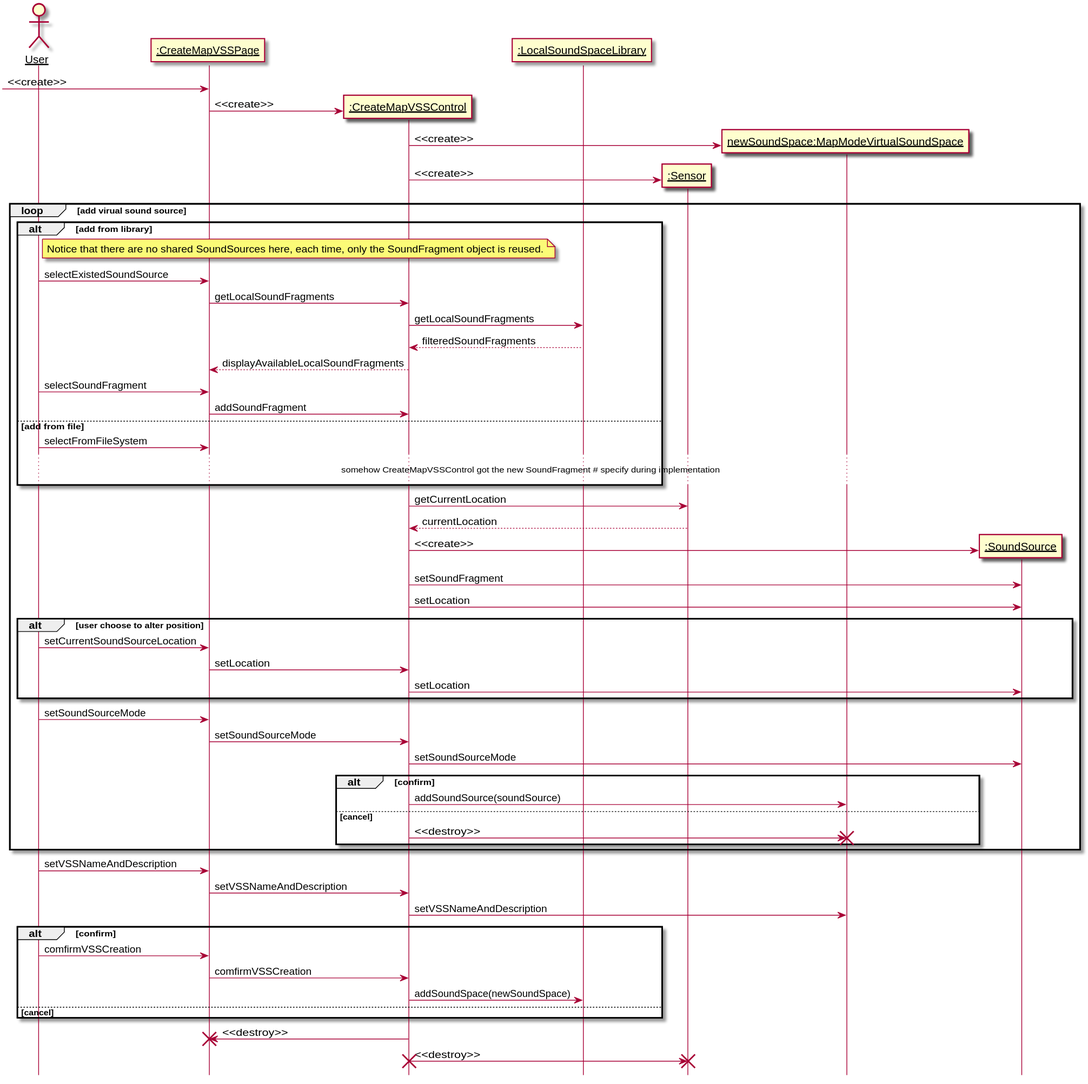
The PlantUML diagram 设计/Diagrams/CreateMapModeVSS.svg in kpp19920121/doc, before a commit.
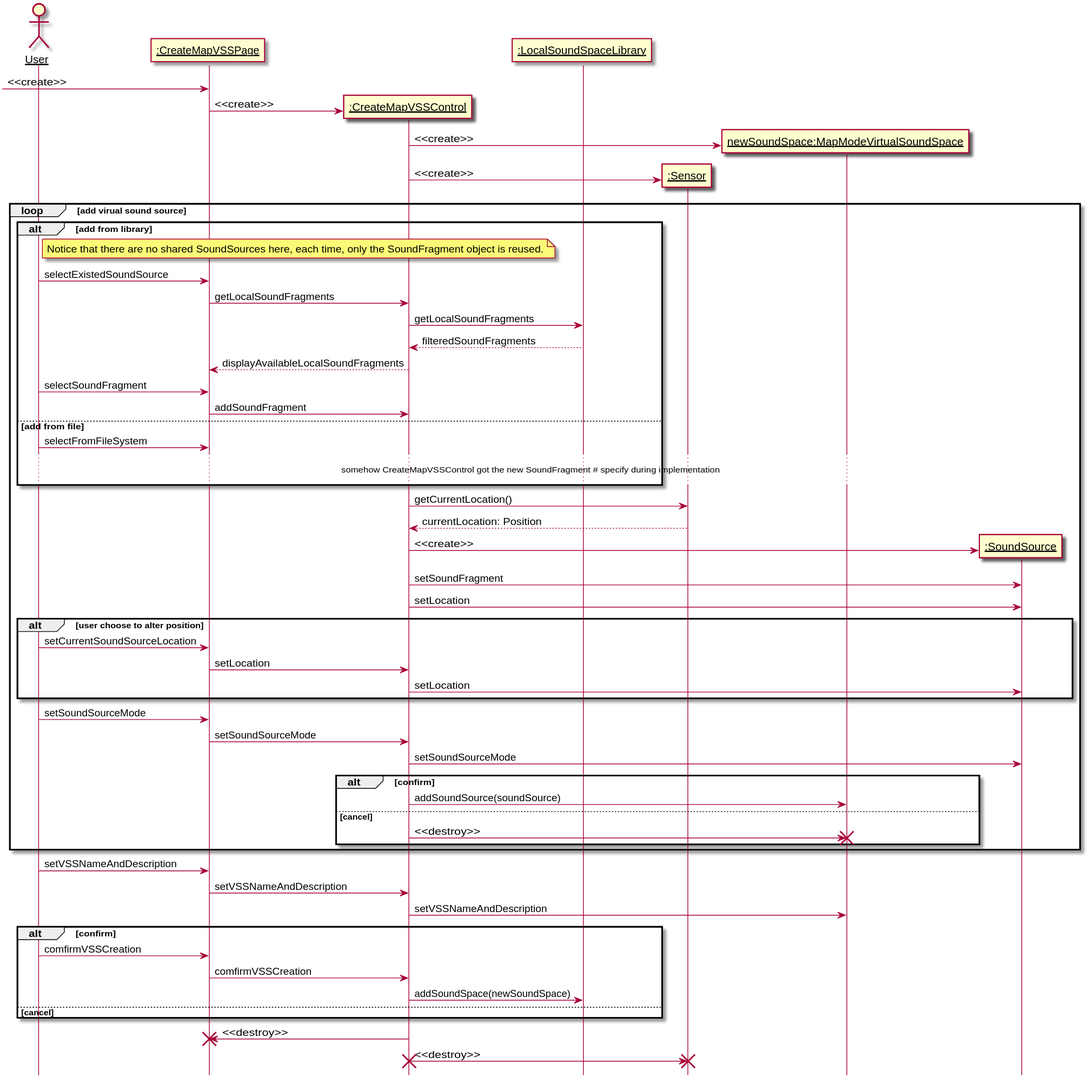
After the change.

Commit message:
Sensor, from Analysis to Design

Diff of the diagram source:
```diff
@@ -34,8 +34,8 @@
 
     end
 
-    createcontrol -> sensor: getCurrentLocation
-    sensor --> createcontrol: currentLocation
+    createcontrol -> sensor: getCurrentLocation()
+    sensor --> createcontrol: currentLocation: Position
 
     participant ":SoundSource" as source
     create source
```
